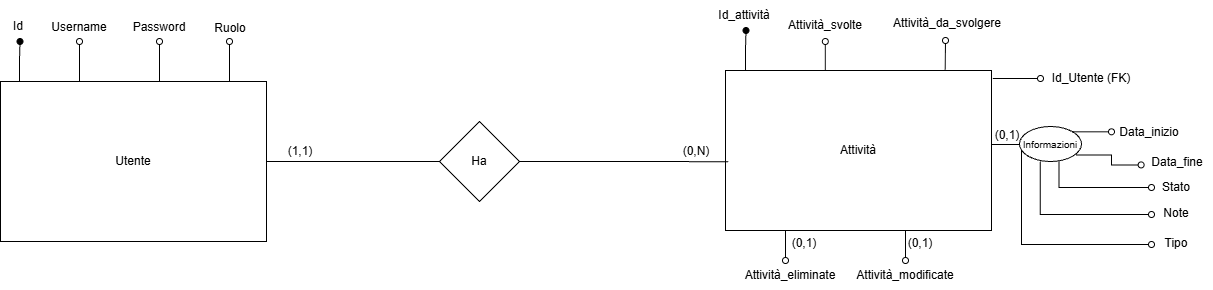
Above: 7_Allegati/DiagrammaER/DiagrammaER_OraX.drawio.png in ryanpinana/OraX (draw.io), before the change. Source tidied: cells renumbered, new cells last; positions are measured from the earlier drawing's top-left corner, leaving out a move shared by most shapes.
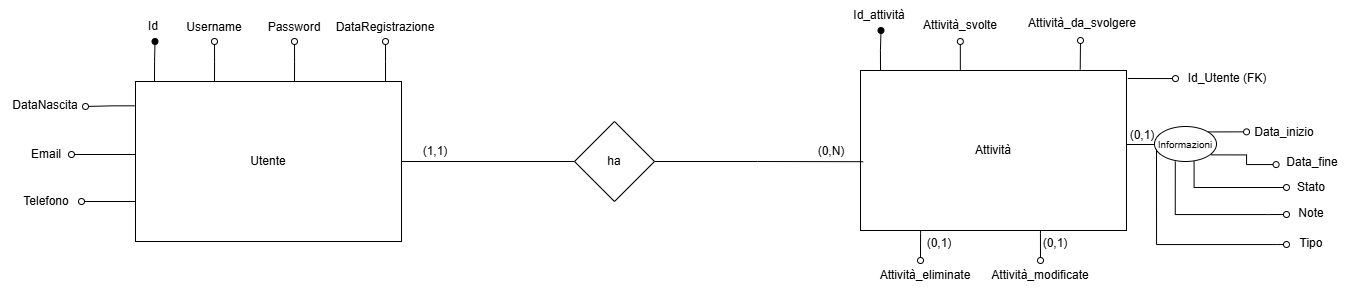
After the commit.

Diff of the diagram source:
```diff
@@ -39,15 +39,6 @@
     <mxCell id="9" value="Password" style="text;html=1;whiteSpace=wrap;strokeColor=none;fillColor=none;align=center;verticalAlign=middle;rounded=0;" parent="1" vertex="1">
       <mxGeometry x="119" y="12" width="80" height="30" as="geometry" />
     </mxCell>
-    <mxCell id="10" style="edgeStyle=orthogonalEdgeStyle;rounded=0;orthogonalLoop=1;jettySize=auto;html=1;exitX=0.5;exitY=0;exitDx=0;exitDy=0;endArrow=oval;endFill=0;" parent="1" edge="1">
-      <mxGeometry relative="1" as="geometry">
-        <mxPoint x="229" y="81" as="sourcePoint" />
-        <mxPoint x="229" y="41" as="targetPoint" />
-      </mxGeometry>
-    </mxCell>
-    <mxCell id="11" value="Ruolo" style="text;html=1;whiteSpace=wrap;strokeColor=none;fillColor=none;align=center;verticalAlign=middle;rounded=0;" parent="1" vertex="1">
-      <mxGeometry x="205" y="13" width="50" height="30" as="geometry" />
-    </mxCell>
     <mxCell id="12" style="edgeStyle=orthogonalEdgeStyle;rounded=0;jettySize=auto;html=1;exitX=0.826;exitY=-0.006;exitDx=0;exitDy=0;endArrow=oval;endFill=0;exitPerimeter=0;" parent="1" edge="1" source="33">
       <mxGeometry relative="1" as="geometry">
         <mxPoint x="945" y="40" as="targetPoint" />
@@ -181,7 +172,7 @@
         </Array>
       </mxGeometry>
     </mxCell>
-    <mxCell id="38" value="Ha" style="rhombus;whiteSpace=wrap;html=1;rounded=0;" parent="1" vertex="1">
+    <mxCell id="38" value="ha" style="rhombus;whiteSpace=wrap;html=1;rounded=0;" parent="1" vertex="1">
       <mxGeometry x="439" y="121" width="80" height="80" as="geometry" />
     </mxCell>
     <mxCell id="39" style="edgeStyle=orthogonalEdgeStyle;rounded=0;jettySize=auto;html=1;entryX=0.01;entryY=0.57;entryDx=0;entryDy=0;entryPerimeter=0;endArrow=none;endFill=0;" parent="1" edge="1" source="38" target="33">
@@ -202,7 +193,40 @@
       </mxGeometry>
     </mxCell>
     <mxCell id="43" value="Id_Utente (FK)" style="text;html=1;whiteSpace=wrap;strokeColor=none;fillColor=none;align=center;verticalAlign=middle;rounded=0;" parent="1" vertex="1">
-      <mxGeometry x="1041" y="63" width="100" height="30" as="geometry" />
+      <mxGeometry x="1042" y="63" width="100" height="30" as="geometry" />
     </mxCell>
+    <mxCell id="44" style="edgeStyle=orthogonalEdgeStyle;rounded=0;jettySize=auto;html=1;exitX=-0.004;exitY=0.152;exitDx=0;exitDy=0;endArrow=oval;endFill=0;exitPerimeter=0;" parent="1" edge="1" source="5">
+      <mxGeometry relative="1" as="geometry">
+        <mxPoint x="-50" y="106" as="targetPoint" />
+      </mxGeometry>
+    </mxCell>
+    <mxCell id="45" value="DataNascita" style="text;html=1;whiteSpace=wrap;strokeColor=none;fillColor=none;align=center;verticalAlign=middle;rounded=0;" parent="1" vertex="1">
+      <mxGeometry x="-135" y="90" width="90" height="30" as="geometry" />
+    </mxCell>
+    <mxCell id="46" style="edgeStyle=orthogonalEdgeStyle;rounded=0;jettySize=auto;html=1;exitX=-0.004;exitY=0.152;exitDx=0;exitDy=0;endArrow=oval;endFill=0;exitPerimeter=0;" parent="1" edge="1" target="47">
+      <mxGeometry relative="1" as="geometry">
+        <mxPoint y="154" as="sourcePoint" />
+      </mxGeometry>
+    </mxCell>
+    <mxCell id="47" value="Email" style="text;html=1;whiteSpace=wrap;strokeColor=none;fillColor=none;align=center;verticalAlign=middle;rounded=0;" parent="1" vertex="1">
+      <mxGeometry x="-114" y="139" width="50" height="30" as="geometry" />
+    </mxCell>
+    <mxCell id="48" style="edgeStyle=orthogonalEdgeStyle;rounded=0;jettySize=auto;html=1;exitX=-0.004;exitY=0.152;exitDx=0;exitDy=0;endArrow=oval;endFill=0;exitPerimeter=0;" parent="1" edge="1" target="49">
+      <mxGeometry relative="1" as="geometry">
+        <mxPoint y="201" as="sourcePoint" />
+      </mxGeometry>
+    </mxCell>
+    <mxCell id="49" value="Telefono" style="text;html=1;whiteSpace=wrap;strokeColor=none;fillColor=none;align=center;verticalAlign=middle;rounded=0;" parent="1" vertex="1">
+      <mxGeometry x="-124" y="186" width="70" height="30" as="geometry" />
+    </mxCell>
+    <mxCell id="50" style="edgeStyle=orthogonalEdgeStyle;rounded=0;orthogonalLoop=1;jettySize=auto;html=1;exitX=0.5;exitY=0;exitDx=0;exitDy=0;endArrow=oval;endFill=0;" parent="1" edge="1">
+      <mxGeometry relative="1" as="geometry">
+        <mxPoint x="250" y="81" as="sourcePoint" />
+        <mxPoint x="250" y="41" as="targetPoint" />
+      </mxGeometry>
+    </mxCell>
+    <mxCell id="51" value="DataRegistrazione" style="text;html=1;whiteSpace=wrap;strokeColor=none;fillColor=none;align=center;verticalAlign=middle;rounded=0;" parent="1" vertex="1">
+      <mxGeometry x="190" y="12" width="120" height="30" as="geometry" />
+    </mxCell>
   </root>
 </mxGraphModel>
```
